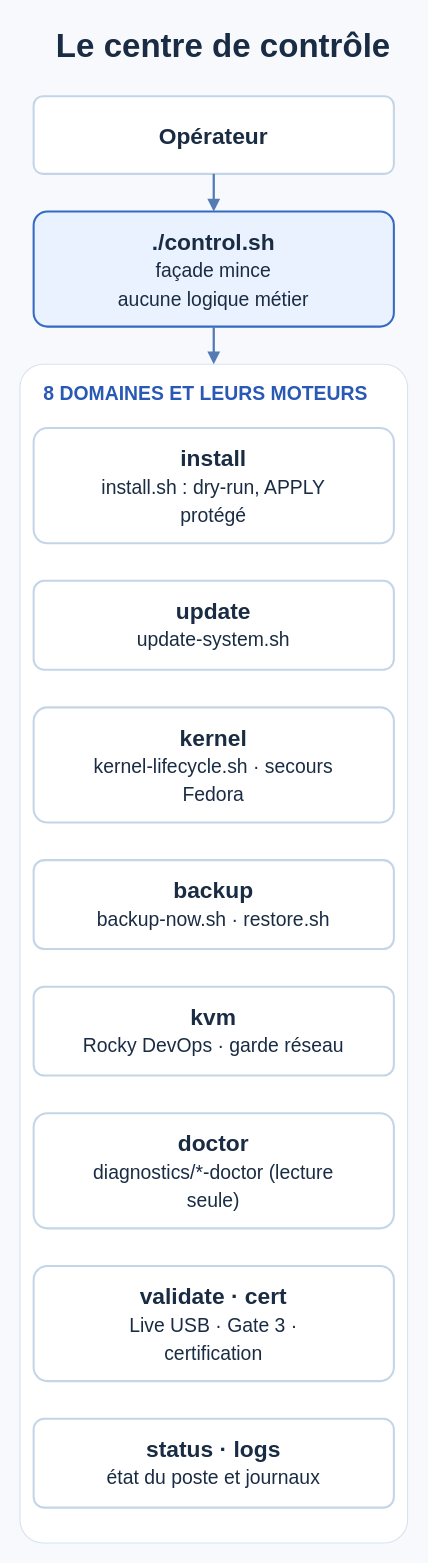
The draw.io diagram docs/assets/diagrams/centre-de-controle-mobile.drawio in mathiasseguincadiche/FEDORA_GNOME_CUSTOM, before the edit. Source tidied: cells renumbered, new cells numbered last; positions are measured from the earlier drawing's top-left corner, leaving out a move shared by most shapes. Both pictures are drawn from the tidied source at 114%, with x=0, y=0 at pixel (19, 19).
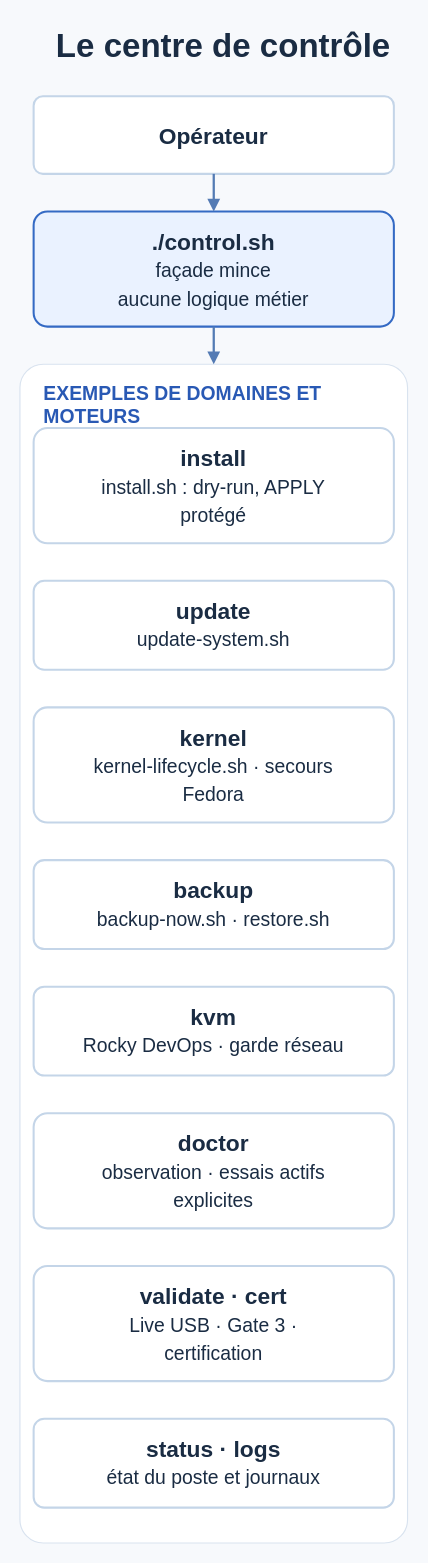
Above is the later version.

What changed in the source:
```diff
@@
 <mxGraphModel background="#F7F9FC">
   <root>
     <mxCell id="0" />
     <mxCell id="1" parent="0" />
     <mxCell id="2" value="Le centre de contrôle" style="text;html=1;fontSize=29;fontStyle=1;fontColor=#1A2C43;fontFamily=Arial;align=left;verticalAlign=middle;" parent="1" vertex="1">
       <mxGeometry x="30" width="280" height="46" as="geometry" />
     </mxCell>
-    <mxCell id="3" value="8 DOMAINES ET LEURS MOTEURS" style="rounded=1;arcSize=6;whiteSpace=wrap;html=1;fillColor=#FFFFFF;strokeColor=#D9E3EF;fontColor=#2959B4;fontStyle=1;fontSize=17;fontFamily=Arial;verticalAlign=top;align=left;spacingLeft=19;spacingTop=10;" parent="1" vertex="1">
+    <mxCell id="3" value="EXEMPLES DE DOMAINES ET MOTEURS" style="rounded=1;arcSize=6;whiteSpace=wrap;html=1;fillColor=#FFFFFF;strokeColor=#D9E3EF;fontColor=#2959B4;fontStyle=1;fontSize=17;fontFamily=Arial;verticalAlign=top;align=left;spacingLeft=19;spacingTop=10;" parent="1" vertex="1">
       <mxGeometry y="302" width="340" height="1034" as="geometry" />
     </mxCell>
     <mxCell id="4" value="&lt;b&gt;Opérateur&lt;/b&gt;" style="rounded=1;arcSize=12;whiteSpace=wrap;html=1;fillColor=#FFFFFF;strokeColor=#C4D5E8;strokeWidth=1.8;fontColor=#1A2C43;fontSize=20;fontFamily=Arial;" parent="1" vertex="1">
       <mxGeometry x="12" y="67" width="316" height="68" as="geometry" />
     </mxCell>
     <mxCell id="5" value="&lt;b&gt;./control.sh&lt;/b&gt;&lt;br&gt;&lt;span style=&quot;font-size:17px&quot;&gt;façade mince&lt;/span&gt;&lt;br&gt;&lt;span style=&quot;font-size:17px&quot;&gt;aucune logique métier&lt;/span&gt;" style="rounded=1;arcSize=12;whiteSpace=wrap;html=1;fillColor=#EAF2FF;strokeColor=#346AC4;strokeWidth=1.8;fontColor=#1A2C43;fontSize=20;fontFamily=Arial;" parent="1" vertex="1">
       <mxGeometry x="12" y="168" width="316" height="101" as="geometry" />
     </mxCell>
     <mxCell id="6" value="&lt;b&gt;install&lt;/b&gt;&lt;br&gt;&lt;span style=&quot;font-size:17px&quot;&gt;install.sh : dry-run, APPLY&lt;/span&gt;&lt;br&gt;&lt;span style=&quot;font-size:17px&quot;&gt;protégé&lt;/span&gt;" style="rounded=1;arcSize=12;whiteSpace=wrap;html=1;fillColor=#FFFFFF;strokeColor=#C4D5E8;strokeWidth=1.8;fontColor=#1A2C43;fontSize=20;fontFamily=Arial;" parent="1" vertex="1">
       <mxGeometry x="12" y="358" width="316" height="101" as="geometry" />
     </mxCell>
     <mxCell id="7" value="&lt;b&gt;update&lt;/b&gt;&lt;br&gt;&lt;span style=&quot;font-size:17px&quot;&gt;update-system.sh&lt;/span&gt;" style="rounded=1;arcSize=12;whiteSpace=wrap;html=1;fillColor=#FFFFFF;strokeColor=#C4D5E8;strokeWidth=1.8;fontColor=#1A2C43;fontSize=20;fontFamily=Arial;" parent="1" vertex="1">
       <mxGeometry x="12" y="492" width="316" height="78" as="geometry" />
     </mxCell>
     <mxCell id="8" value="&lt;b&gt;kernel&lt;/b&gt;&lt;br&gt;&lt;span style=&quot;font-size:17px&quot;&gt;kernel-lifecycle.sh · secours&lt;/span&gt;&lt;br&gt;&lt;span style=&quot;font-size:17px&quot;&gt;Fedora&lt;/span&gt;" style="rounded=1;arcSize=12;whiteSpace=wrap;html=1;fillColor=#FFFFFF;strokeColor=#C4D5E8;strokeWidth=1.8;fontColor=#1A2C43;fontSize=20;fontFamily=Arial;" parent="1" vertex="1">
       <mxGeometry x="12" y="603" width="316" height="101" as="geometry" />
     </mxCell>
     <mxCell id="9" value="&lt;b&gt;backup&lt;/b&gt;&lt;br&gt;&lt;span style=&quot;font-size:17px&quot;&gt;backup-now.sh · restore.sh&lt;/span&gt;" style="rounded=1;arcSize=12;whiteSpace=wrap;html=1;fillColor=#FFFFFF;strokeColor=#C4D5E8;strokeWidth=1.8;fontColor=#1A2C43;fontSize=20;fontFamily=Arial;" parent="1" vertex="1">
       <mxGeometry x="12" y="737" width="316" height="78" as="geometry" />
     </mxCell>
     <mxCell id="10" value="&lt;b&gt;kvm&lt;/b&gt;&lt;br&gt;&lt;span style=&quot;font-size:17px&quot;&gt;Rocky DevOps · garde réseau&lt;/span&gt;" style="rounded=1;arcSize=12;whiteSpace=wrap;html=1;fillColor=#FFFFFF;strokeColor=#C4D5E8;strokeWidth=1.8;fontColor=#1A2C43;fontSize=20;fontFamily=Arial;" parent="1" vertex="1">
       <mxGeometry x="12" y="848" width="316" height="78" as="geometry" />
     </mxCell>
-    <mxCell id="11" value="&lt;b&gt;doctor&lt;/b&gt;&lt;br&gt;&lt;span style=&quot;font-size:17px&quot;&gt;diagnostics/*-doctor (lecture&lt;/span&gt;&lt;br&gt;&lt;span style=&quot;font-size:17px&quot;&gt;seule)&lt;/span&gt;" style="rounded=1;arcSize=12;whiteSpace=wrap;html=1;fillColor=#FFFFFF;strokeColor=#C4D5E8;strokeWidth=1.8;fontColor=#1A2C43;fontSize=20;fontFamily=Arial;" parent="1" vertex="1">
+    <mxCell id="11" value="&lt;b&gt;doctor&lt;/b&gt;&lt;br&gt;&lt;span style=&quot;font-size:17px&quot;&gt;observation · essais actifs&lt;/span&gt;&lt;br&gt;&lt;span style=&quot;font-size:17px&quot;&gt;explicites&lt;/span&gt;" style="rounded=1;arcSize=12;whiteSpace=wrap;html=1;fillColor=#FFFFFF;strokeColor=#C4D5E8;strokeWidth=1.8;fontColor=#1A2C43;fontSize=20;fontFamily=Arial;" parent="1" vertex="1">
       <mxGeometry x="12" y="959" width="316" height="101" as="geometry" />
     </mxCell>
     <mxCell id="12" value="&lt;b&gt;validate · cert&lt;/b&gt;&lt;br&gt;&lt;span style=&quot;font-size:17px&quot;&gt;Live USB · Gate 3 ·&lt;/span&gt;&lt;br&gt;&lt;span style=&quot;font-size:17px&quot;&gt;certification&lt;/span&gt;" style="rounded=1;arcSize=12;whiteSpace=wrap;html=1;fillColor=#FFFFFF;strokeColor=#C4D5E8;strokeWidth=1.8;fontColor=#1A2C43;fontSize=20;fontFamily=Arial;" parent="1" vertex="1">
       <mxGeometry x="12" y="1093" width="316" height="101" as="geometry" />
     </mxCell>
     <mxCell id="13" value="&lt;b&gt;status · logs&lt;/b&gt;&lt;br&gt;&lt;span style=&quot;font-size:17px&quot;&gt;état du poste et journaux&lt;/span&gt;" style="rounded=1;arcSize=12;whiteSpace=wrap;html=1;fillColor=#FFFFFF;strokeColor=#C4D5E8;strokeWidth=1.8;fontColor=#1A2C43;fontSize=20;fontFamily=Arial;" parent="1" vertex="1">
       <mxGeometry x="12" y="1227" width="316" height="78" as="geometry" />
     </mxCell>
     <mxCell id="14" style="endArrow=block;endFill=1;html=1;strokeColor=#547BB4;strokeWidth=2;fontColor=#1A2C43;fontSize=12;fontStyle=2;fontFamily=Arial;labelBackgroundColor=#FFFFFF;exitX=0.5000;exitY=1.0000;exitDx=0;exitDy=0;entryX=0.5000;entryY=0.0000;entryDx=0;entryDy=0;" parent="1" edge="1" source="4" target="5">
       <mxGeometry relative="1" as="geometry" />
     </mxCell>
     <mxCell id="15" style="endArrow=block;endFill=1;html=1;strokeColor=#547BB4;strokeWidth=2;fontColor=#1A2C43;fontSize=12;fontStyle=2;fontFamily=Arial;labelBackgroundColor=#FFFFFF;exitX=0.5000;exitY=1.0000;exitDx=0;exitDy=0;entryX=0.5000;entryY=0.0000;entryDx=0;entryDy=0;" parent="1" edge="1" source="5" target="3">
       <mxGeometry relative="1" as="geometry" />
     </mxCell>
   </root>
 </mxGraphModel>
```
